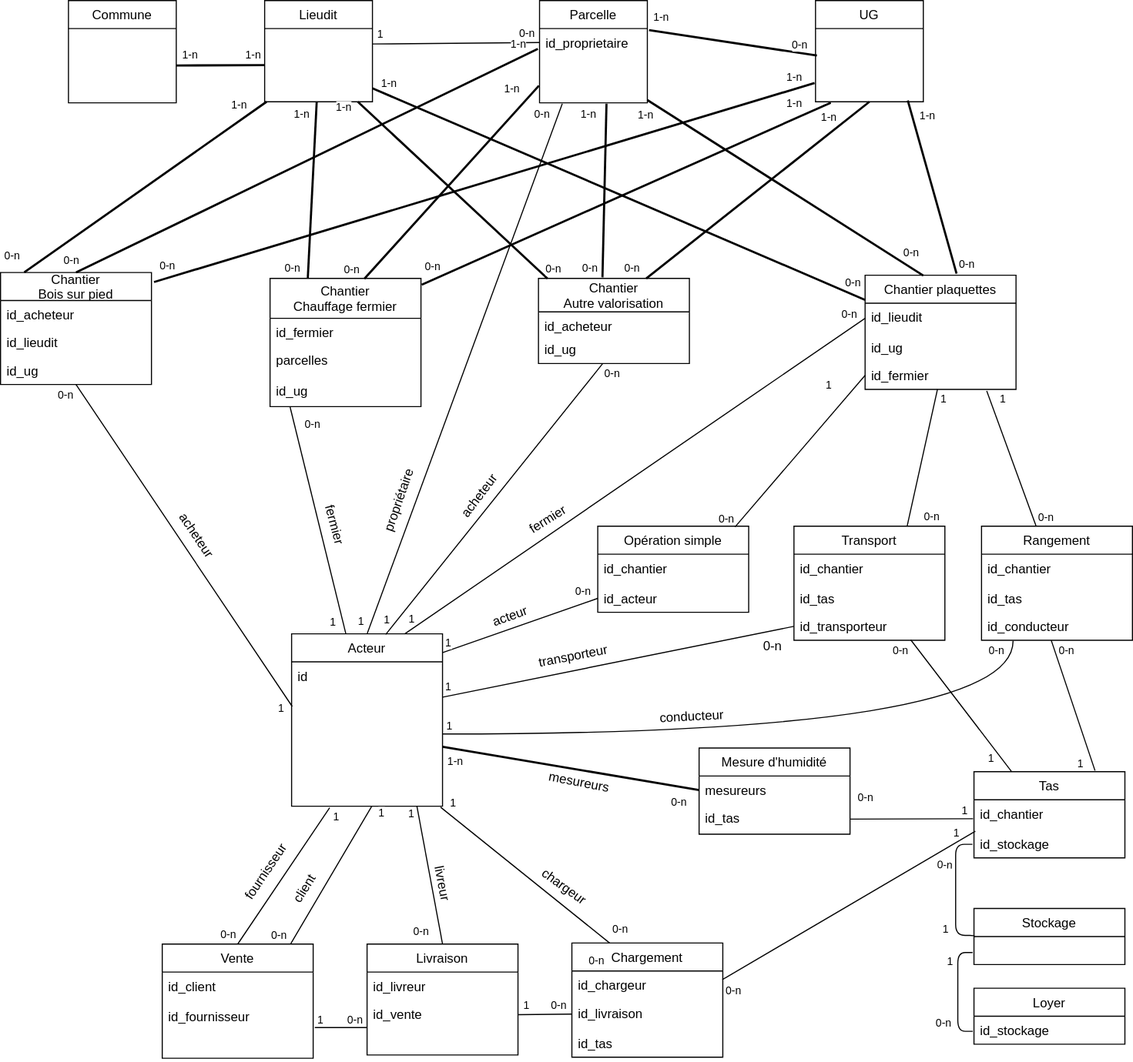
Before: docs/mcd-bdl.svg, a diagram exported from draw.io (bdlarzac/chantiers). Source tidied: cells renumbered, new cells last; positions are measured from the earlier drawing's top-left corner, leaving out a move shared by most shapes.
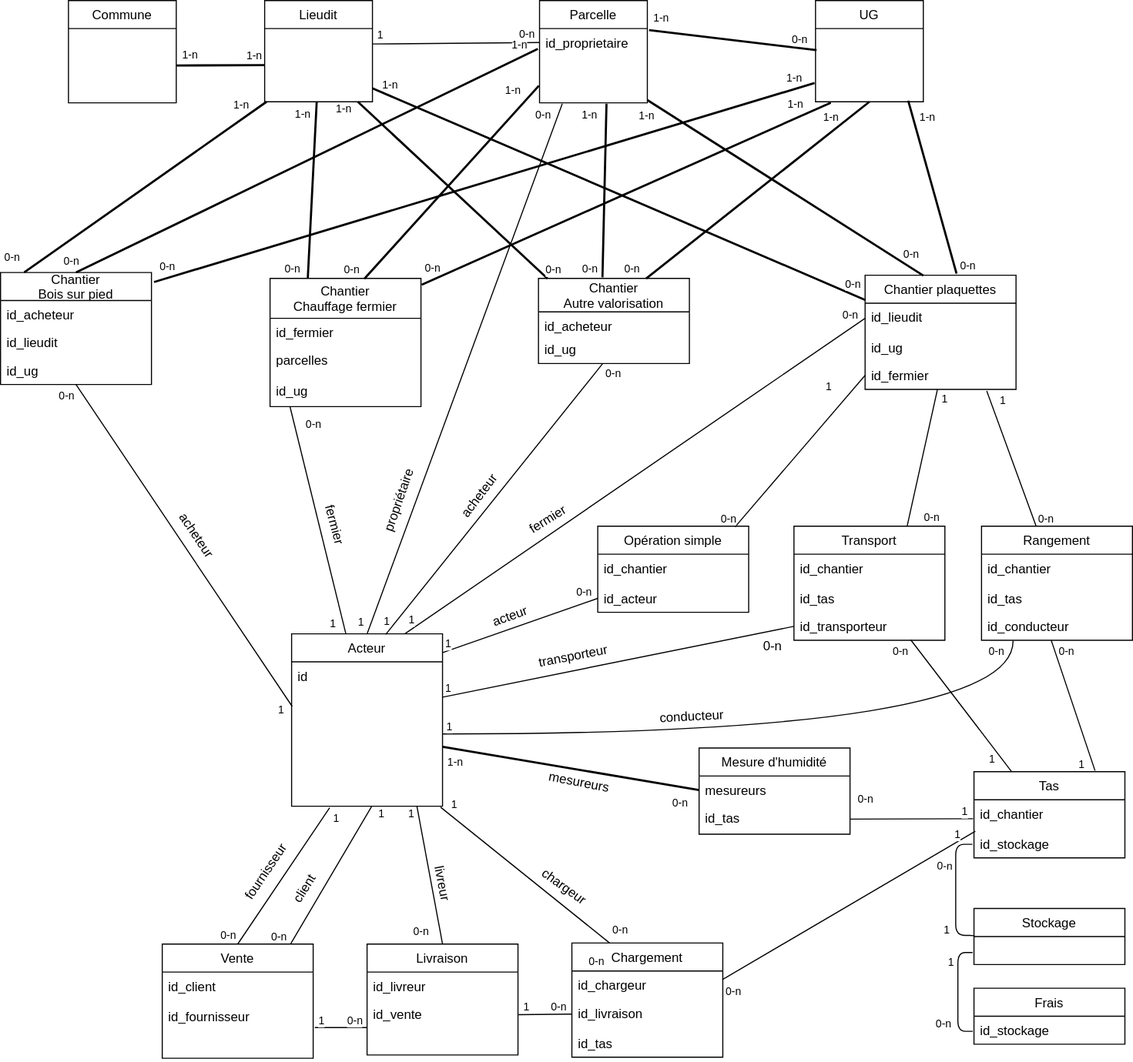
The same diagram one commit later.

What changed in the source:
```diff
@@ -170,9 +170,9 @@
         <mxPoint x="-10.4" y="17.8" as="offset" />
       </mxGeometry>
     </mxCell>
-    <mxCell id="40" style="endArrow=none;html=1;strokeWidth=2;exitX=0.856;exitY=0.983;exitDx=0;exitDy=0;exitPerimeter=0;entryX=0.606;entryY=-0.014;entryDx=0;entryDy=0;entryPerimeter=0;" parent="1" edge="1" target="116">
+    <mxCell id="40" style="endArrow=none;html=1;strokeWidth=2;entryX=0.606;entryY=-0.014;entryDx=0;entryDy=0;entryPerimeter=0;" parent="1" edge="1" target="116">
       <mxGeometry relative="1" as="geometry">
-        <mxPoint x="841.6" y="92.8" as="sourcePoint" />
+        <mxPoint x="842" y="93" as="sourcePoint" />
       </mxGeometry>
     </mxCell>
     <mxCell id="41" value="1-n" style="html=1;align=left;verticalAlign=bottom;labelBackgroundColor=#ffffff;fontSize=10;" parent="40" vertex="1">
@@ -498,9 +498,9 @@
     <mxCell id="119" value="id_fermier" style="text;strokeColor=none;fillColor=none;align=left;verticalAlign=top;spacingLeft=4;spacingRight=4;overflow=hidden;points=[[0,0.5],[1,0.5]];portConstraint=eastwest;" parent="116" vertex="1">
       <mxGeometry y="80" width="140" height="26" as="geometry" />
     </mxCell>
-    <mxCell id="120" style="endArrow=none;html=1;strokeWidth=2;entryX=0.013;entryY=0.369;entryDx=0;entryDy=0;exitX=1.016;exitY=0.021;exitDx=0;exitDy=0;exitPerimeter=0;entryPerimeter=0;" parent="1" edge="1" source="145">
+    <mxCell id="120" style="endArrow=none;html=1;strokeWidth=2;exitX=1.016;exitY=0.021;exitDx=0;exitDy=0;exitPerimeter=0;" parent="1" edge="1" source="145">
       <mxGeometry relative="1" as="geometry">
-        <mxPoint x="757.3" y="51.1" as="targetPoint" />
+        <mxPoint x="757" y="46" as="targetPoint" />
       </mxGeometry>
     </mxCell>
     <mxCell id="121" value="1-n" style="html=1;align=left;verticalAlign=bottom;labelBackgroundColor=#ffffff;fontSize=10;" parent="120" vertex="1">
@@ -724,7 +724,7 @@
     <mxCell id="178" value="Stockage" style="swimlane;fontStyle=0;horizontal=1;startSize=26;fillColor=none;" parent="1" vertex="1">
       <mxGeometry x="903" y="843" width="140" height="52" as="geometry" />
     </mxCell>
-    <mxCell id="179" value="Loyer" style="swimlane;fontStyle=0;horizontal=1;startSize=26;fillColor=none;" parent="1" vertex="1">
+    <mxCell id="179" value="Frais" style="swimlane;fontStyle=0;horizontal=1;startSize=26;fillColor=none;" parent="1" vertex="1">
       <mxGeometry x="903" y="917" width="140" height="52" as="geometry" />
     </mxCell>
     <mxCell id="180" value="id_stockage" style="text;strokeColor=none;fillColor=none;align=left;verticalAlign=top;spacingLeft=4;spacingRight=4;overflow=hidden;points=[[0,0.5],[1,0.5]];portConstraint=eastwest;" parent="179" vertex="1">
```
